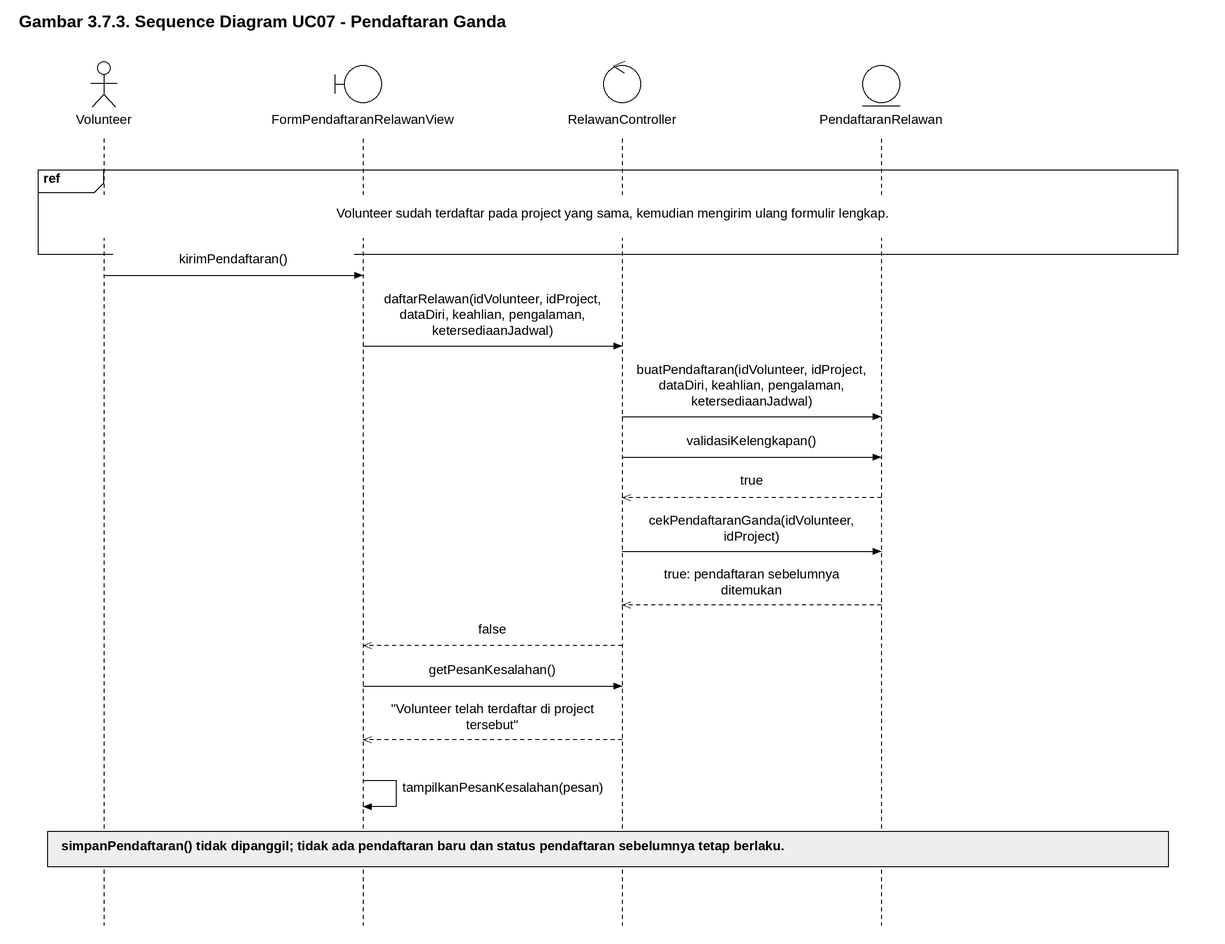
Brynpamungkas/IF2150-RPL-K02-G08 keeps this draw.io diagram as docs/M7/assets/diagram/sequence-uc07-alt2.png. Above is the earlier version. Source tidied: cells renumbered, new cells last; positions are measured from the earlier drawing's top-left corner, leaving out a move shared by most shapes.
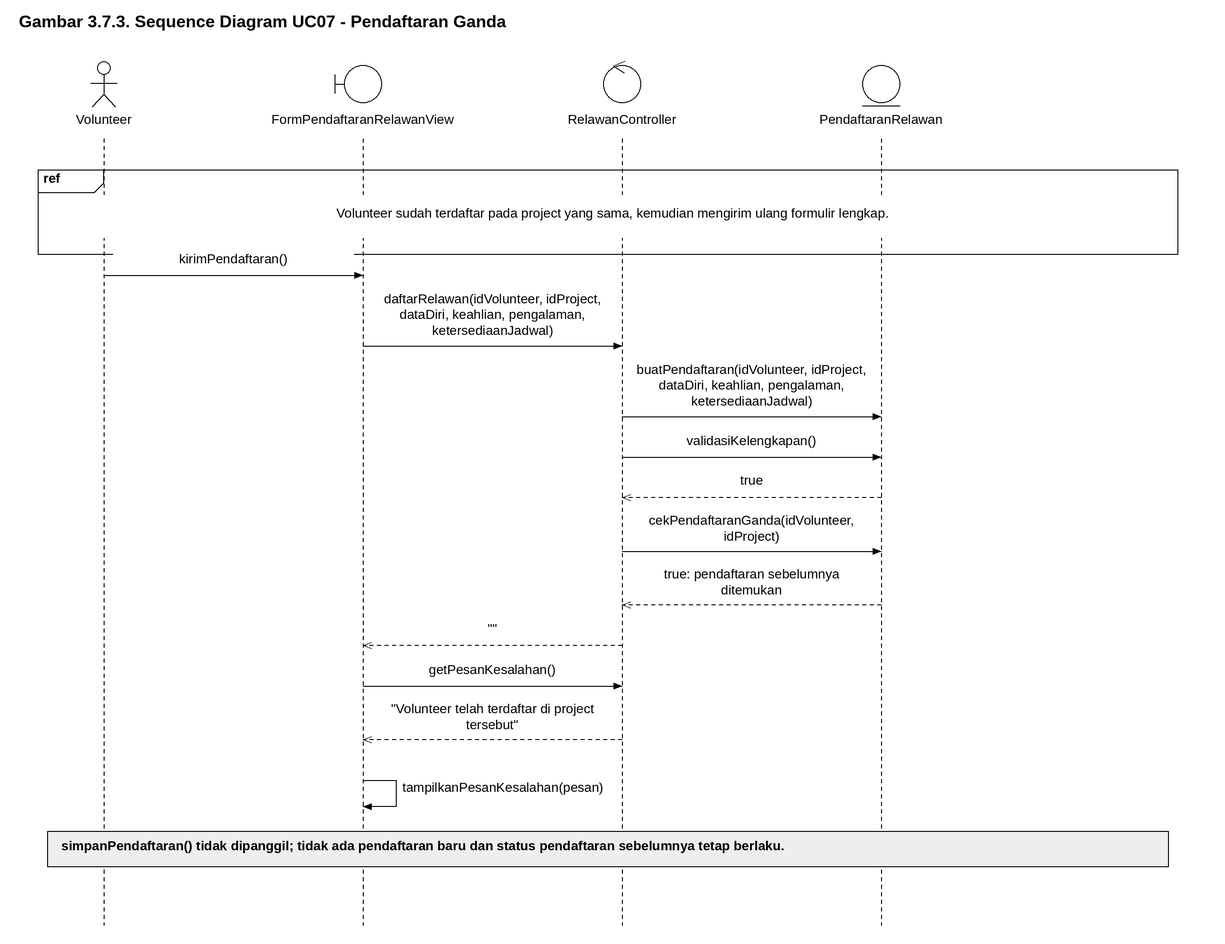
Above is the later version.

What changed in the source:
```diff
@@ -92,7 +92,7 @@
         <mxPoint x="365" y="673" as="targetPoint" />
       </mxGeometry>
     </mxCell>
-    <mxCell id="24" value="false" style="text;html=1;strokeColor=none;fillColor=white;align=center;verticalAlign=middle;whiteSpace=wrap;overflow=visible;fontFamily=Arial;fontSize=14;fontStyle=0;spacing=0;" parent="1" vertex="1">
+    <mxCell id="24" value="&quot;&quot;" style="text;html=1;strokeColor=none;fillColor=white;align=center;verticalAlign=middle;whiteSpace=wrap;overflow=visible;fontFamily=Arial;fontSize=14;fontStyle=0;spacing=0;" parent="1" vertex="1">
       <mxGeometry x="375" y="648" width="255" height="22" as="geometry" />
     </mxCell>
     <mxCell id="25" style="html=1;rounded=0;endArrow=block;endFill=1;endSize=9;strokeColor=#000000;" parent="1" edge="1">
```
